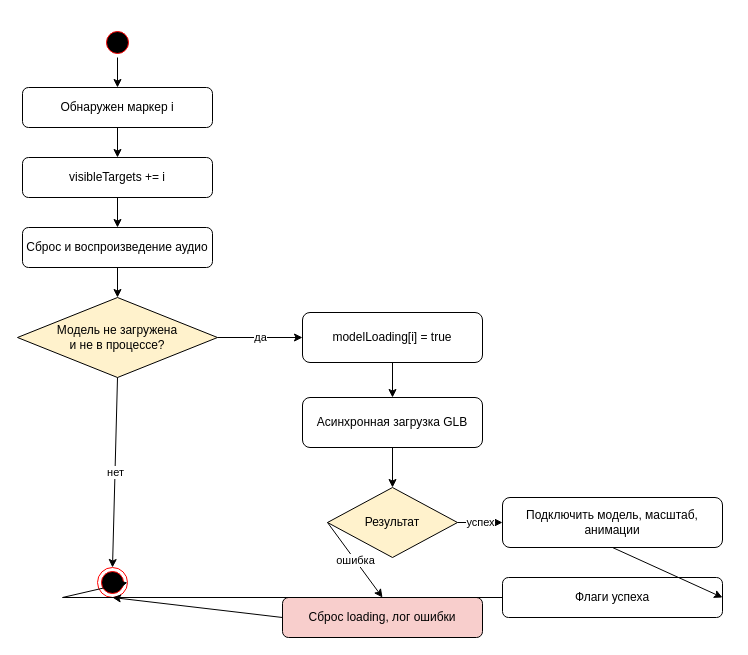
Earlier version of the draw.io diagram page "4 — Блок-схема (ГОСТ, ленивая загрузка GLB)" (4 of 5) of docs/ARBook-lab-diagrams.drawio (ARBook-s/ARBook-frontend). Source tidied: cells renumbered, new cells numbered last; positions are measured from the earlier drawing's top-left corner, leaving out a move shared by most shapes. Both pictures are drawn from the tidied source at 100%, with x=0, y=0 at pixel (17, 27).
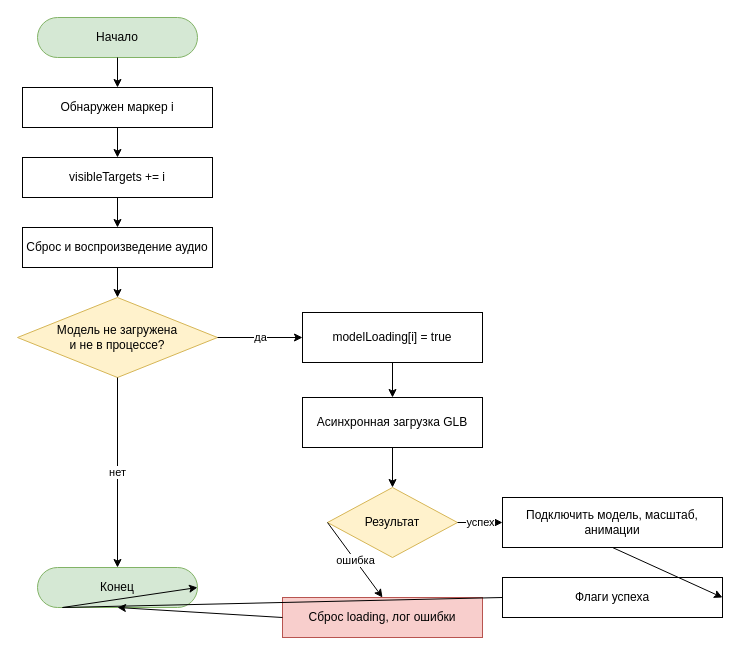
The same page after the edit.

What changed in the source:
```diff
@@
-    <mxCell id="2" style="ellipse;html=1;shape=startState;fillColor=#000000;strokeColor=#ff0000;" parent="1" vertex="1">
-      <mxGeometry x="85" width="30" height="30" as="geometry" />
+    <mxCell id="2" value="Начало" style="rounded=1;whiteSpace=wrap;html=1;arcSize=50;fillColor=#d5e8d4;strokeColor=#82b366;" parent="1" vertex="1">
+      <mxGeometry x="20" y="-10" width="160" height="40" as="geometry" />
     </mxCell>
-    <mxCell id="3" value="Обнаружен маркер i" style="rounded=1;whiteSpace=wrap;html=1;" parent="1" vertex="1">
+    <mxCell id="3" value="Обнаружен маркер i" style="rounded=0;whiteSpace=wrap;html=1;" parent="1" vertex="1">
       <mxGeometry x="5" y="60" width="190" height="40" as="geometry" />
     </mxCell>
-    <mxCell id="4" value="visibleTargets += i" style="rounded=1;whiteSpace=wrap;html=1;" parent="1" vertex="1">
+    <mxCell id="4" value="visibleTargets += i" style="rounded=0;whiteSpace=wrap;html=1;" parent="1" vertex="1">
       <mxGeometry x="5" y="130" width="190" height="40" as="geometry" />
     </mxCell>
-    <mxCell id="5" value="Сброс и воспроизведение аудио" style="rounded=1;whiteSpace=wrap;html=1;" parent="1" vertex="1">
+    <mxCell id="5" value="Сброс и воспроизведение аудио" style="rounded=0;whiteSpace=wrap;html=1;" parent="1" vertex="1">
       <mxGeometry x="5" y="200" width="190" height="40" as="geometry" />
     </mxCell>
-    <mxCell id="6" value="Модель не загружена&#10;и не в процессе?" style="rhombus;whiteSpace=wrap;html=1;fillColor=#fff2cc;" parent="1" vertex="1">
+    <mxCell id="6" value="Модель не загружена&#10;и не в процессе?" style="rhombus;whiteSpace=wrap;html=1;fillColor=#fff2cc;strokeColor=#d6b656;" parent="1" vertex="1">
       <mxGeometry y="270" width="200" height="80" as="geometry" />
     </mxCell>
-    <mxCell id="7" value="modelLoading[i] = true" style="rounded=1;whiteSpace=wrap;html=1;" parent="1" vertex="1">
+    <mxCell id="7" value="modelLoading[i] = true" style="rounded=0;whiteSpace=wrap;html=1;" parent="1" vertex="1">
       <mxGeometry x="285" y="285" width="180" height="50" as="geometry" />
     </mxCell>
-    <mxCell id="8" value="Асинхронная загрузка GLB" style="rounded=1;whiteSpace=wrap;html=1;" parent="1" vertex="1">
+    <mxCell id="8" value="Асинхронная загрузка GLB" style="rounded=0;whiteSpace=wrap;html=1;" parent="1" vertex="1">
       <mxGeometry x="285" y="370" width="180" height="50" as="geometry" />
     </mxCell>
-    <mxCell id="9" value="Результат" style="rhombus;whiteSpace=wrap;html=1;fillColor=#fff2cc;" parent="1" vertex="1">
+    <mxCell id="9" value="Результат" style="rhombus;whiteSpace=wrap;html=1;fillColor=#fff2cc;strokeColor=#d6b656;" parent="1" vertex="1">
       <mxGeometry x="310" y="460" width="130" height="70" as="geometry" />
     </mxCell>
-    <mxCell id="10" value="Подключить модель, масштаб, анимации" style="rounded=1;whiteSpace=wrap;html=1;" parent="1" vertex="1">
+    <mxCell id="10" value="Подключить модель, масштаб, анимации" style="rounded=0;whiteSpace=wrap;html=1;" parent="1" vertex="1">
       <mxGeometry x="485" y="470" width="220" height="50" as="geometry" />
     </mxCell>
-    <mxCell id="11" value="Флаги успеха" style="rounded=1;whiteSpace=wrap;html=1;" parent="1" vertex="1">
+    <mxCell id="11" value="Флаги успеха" style="rounded=0;whiteSpace=wrap;html=1;" parent="1" vertex="1">
       <mxGeometry x="485" y="550" width="220" height="40" as="geometry" />
     </mxCell>
-    <mxCell id="12" value="Сброс loading, лог ошибки" style="rounded=1;whiteSpace=wrap;html=1;fillColor=#f8cecc;" parent="1" vertex="1">
+    <mxCell id="12" value="Сброс loading, лог ошибки" style="rounded=0;whiteSpace=wrap;html=1;fillColor=#f8cecc;strokeColor=#b85450;" parent="1" vertex="1">
       <mxGeometry x="265" y="570" width="200" height="40" as="geometry" />
     </mxCell>
-    <mxCell id="13" style="ellipse;html=1;shape=endState;fillColor=#000000;strokeColor=#ff0000;" parent="1" vertex="1">
-      <mxGeometry x="80" y="540" width="30" height="30" as="geometry" />
+    <mxCell id="13" value="Конец" style="rounded=1;whiteSpace=wrap;html=1;arcSize=50;fillColor=#d5e8d4;strokeColor=#82b366;" parent="1" vertex="1">
+      <mxGeometry x="20" y="540" width="160" height="40" as="geometry" />
     </mxCell>
@@
     <mxCell id="25" style="endArrow=classic;html=1;rounded=0;exitX=0;exitY=0.5;exitDx=0;exitDy=0;entryX=1;entryY=0.5;entryDx=0;entryDy=0;" parent="1" edge="1" source="11" target="13">
       <mxGeometry relative="1" as="geometry">
         <Array as="points">
-          <mxPoint x="45" y="570" />
+          <mxPoint x="45" y="580" />
         </Array>
       </mxGeometry>
     </mxCell>
```
